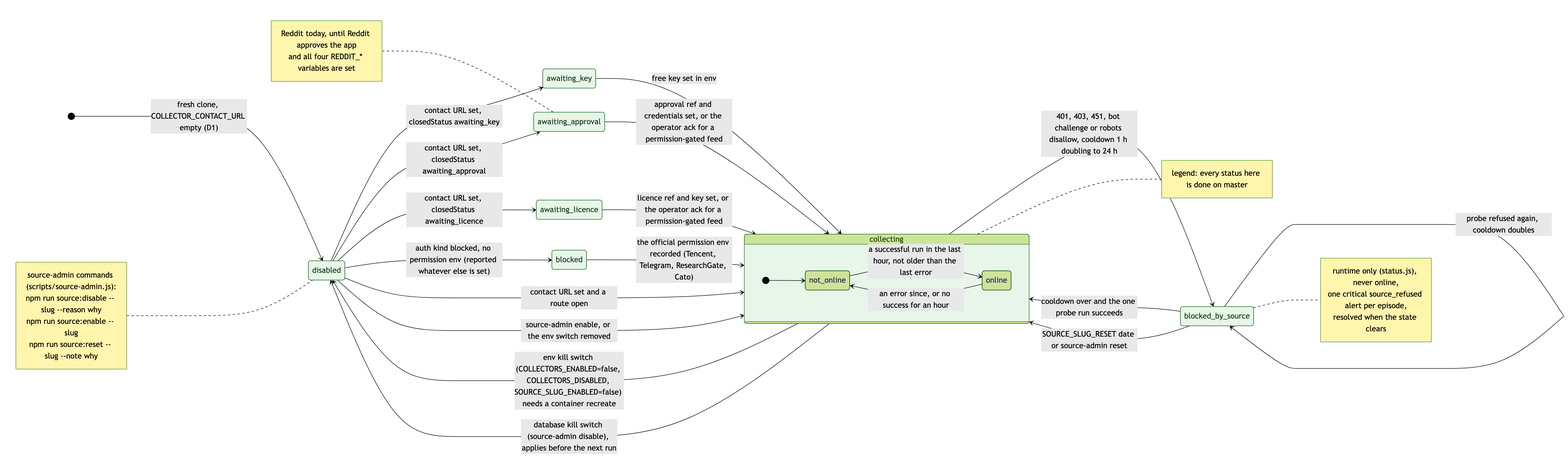
Above: docs/diagrams/states/source-gate-status.png in jennifer-mckinney/pulse-of-ai (Mermaid), before the change. Its source is kept beside it as docs/diagrams/states/source-gate-status.mmd. The source it was exported from:
```mermaid
stateDiagram-v2
  direction LR

  [*] --> disabled : fresh clone, COLLECTOR_CONTACT_URL empty (D1)

  state "disabled" as disabled
  state "awaiting_key" as awaiting_key
  state "awaiting_approval" as awaiting_approval
  state "awaiting_licence" as awaiting_licence
  state "blocked" as blocked
  state "collecting" as collecting
  state "blocked_by_source" as blocked_by_source

  disabled --> collecting : contact URL set and a route open
  disabled --> awaiting_key : contact URL set, closedStatus awaiting_key
  disabled --> awaiting_approval : contact URL set, closedStatus awaiting_approval
  disabled --> awaiting_licence : contact URL set, closedStatus awaiting_licence
  disabled --> blocked : auth kind blocked, no permission env (reported whatever else is set)

  awaiting_key --> collecting : free key set in env
  awaiting_approval --> collecting : approval ref and credentials set, or the operator ack for a permission-gated feed
  awaiting_licence --> collecting : licence ref and key set, or the operator ack for a permission-gated feed
  blocked --> collecting : the official permission env recorded (Tencent, Telegram, ResearchGate, Cato)

  collecting --> disabled : env kill switch (COLLECTORS_ENABLED=false, COLLECTORS_DISABLED, SOURCE_SLUG_ENABLED=false) needs a container recreate
  collecting --> disabled : database kill switch (source-admin disable), applies before the next run
  disabled --> collecting : source-admin enable, or the env switch removed
  collecting --> blocked_by_source : 401, 403, 451, bot challenge or robots disallow, cooldown 1 h doubling to 24 h
  blocked_by_source --> collecting : cooldown over and the one probe run succeeds
  blocked_by_source --> blocked_by_source : probe refused again, cooldown doubles
  blocked_by_source --> collecting : SOURCE_SLUG_RESET date or source-admin reset

  state collecting {
    direction LR
    [*] --> not_online
    not_online --> online : a successful run in the last hour, not older than the last error
    online --> not_online : an error since, or no success for an hour
  }

  note right of blocked_by_source
    runtime only (status.js), never online,
    one critical source_refused alert per episode,
    resolved when the state clears
  end note
  note left of awaiting_approval
    Reddit today, until Reddit approves the app
    and all four REDDIT_* variables are set
  end note

  note left of disabled
    source-admin commands (scripts/source-admin.js):
    npm run source:disable -- slug --reason why
    npm run source:enable -- slug
    npm run source:reset -- slug --note why
  end note

  note right of collecting
    legend: every status here is done on master
  end note

  classDef done fill:#e8f5e9,stroke:#2e7d32,color:#1b3d1f
  classDef wip fill:#fff8e1,stroke:#b7791f,color:#5c3d00,stroke-dasharray:5 3
  class disabled, awaiting_key, awaiting_approval, awaiting_licence, blocked, collecting, blocked_by_source done
```
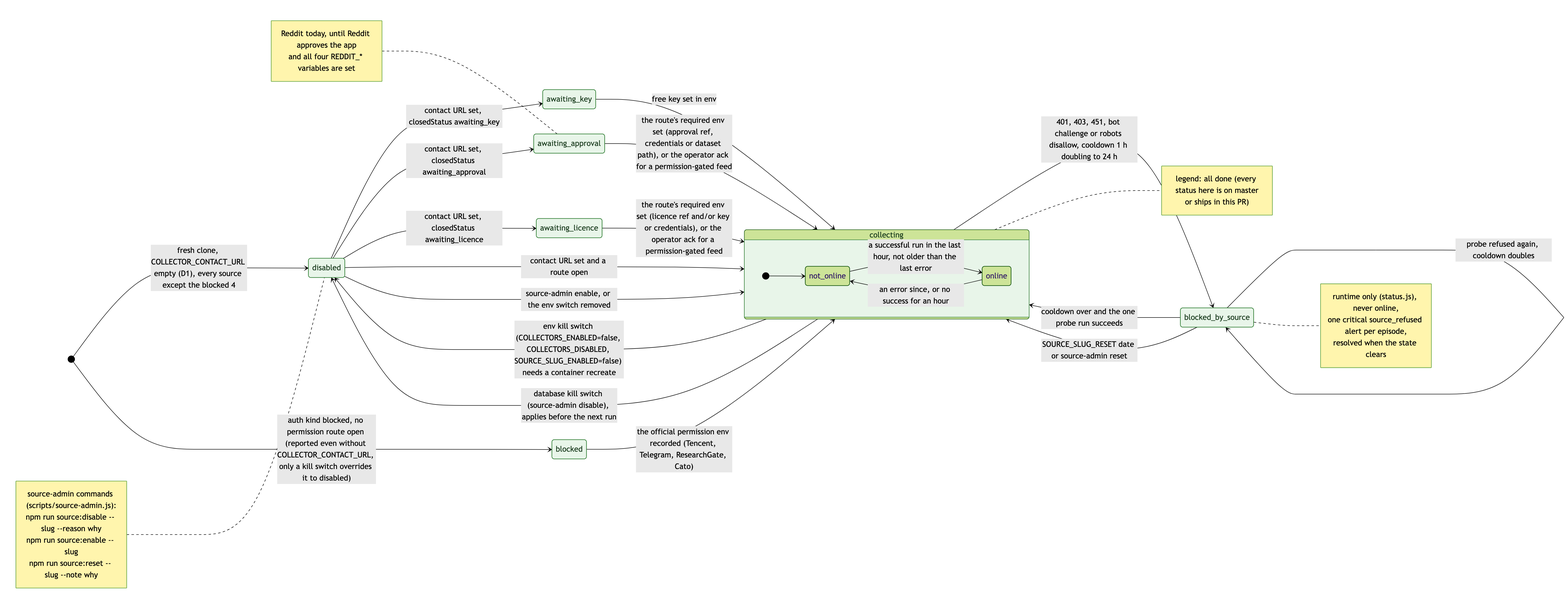
The same diagram one commit later.

Diff of the diagram source:
```diff
@@ -1,7 +1,7 @@
 stateDiagram-v2
   direction LR
 
-  [*] --> disabled : fresh clone, COLLECTOR_CONTACT_URL empty (D1)
+  [*] --> disabled : fresh clone, COLLECTOR_CONTACT_URL empty (D1), every source except the blocked 4
 
   state "disabled" as disabled
   state "awaiting_key" as awaiting_key
@@ -15,11 +15,11 @@
   disabled --> awaiting_key : contact URL set, closedStatus awaiting_key
   disabled --> awaiting_approval : contact URL set, closedStatus awaiting_approval
   disabled --> awaiting_licence : contact URL set, closedStatus awaiting_licence
-  disabled --> blocked : auth kind blocked, no permission env (reported whatever else is set)
+  [*] --> blocked : auth kind blocked, no permission route open (reported even without COLLECTOR_CONTACT_URL, only a kill switch overrides it to disabled)
 
   awaiting_key --> collecting : free key set in env
-  awaiting_approval --> collecting : approval ref and credentials set, or the operator ack for a permission-gated feed
-  awaiting_licence --> collecting : licence ref and key set, or the operator ack for a permission-gated feed
+  awaiting_approval --> collecting : the route's required env set (approval ref, credentials or dataset path), or the operator ack for a permission-gated feed
+  awaiting_licence --> collecting : the route's required env set (licence ref and/or key or credentials), or the operator ack for a permission-gated feed
   blocked --> collecting : the official permission env recorded (Tencent, Telegram, ResearchGate, Cato)
 
   collecting --> disabled : env kill switch (COLLECTORS_ENABLED=false, COLLECTORS_DISABLED, SOURCE_SLUG_ENABLED=false) needs a container recreate
@@ -55,7 +55,8 @@
   end note
 
   note right of collecting
-    legend: every status here is done on master
+    legend: all done (every status here is on master
+    or ships in this PR)
   end note
 
   classDef done fill:#e8f5e9,stroke:#2e7d32,color:#1b3d1f
```
